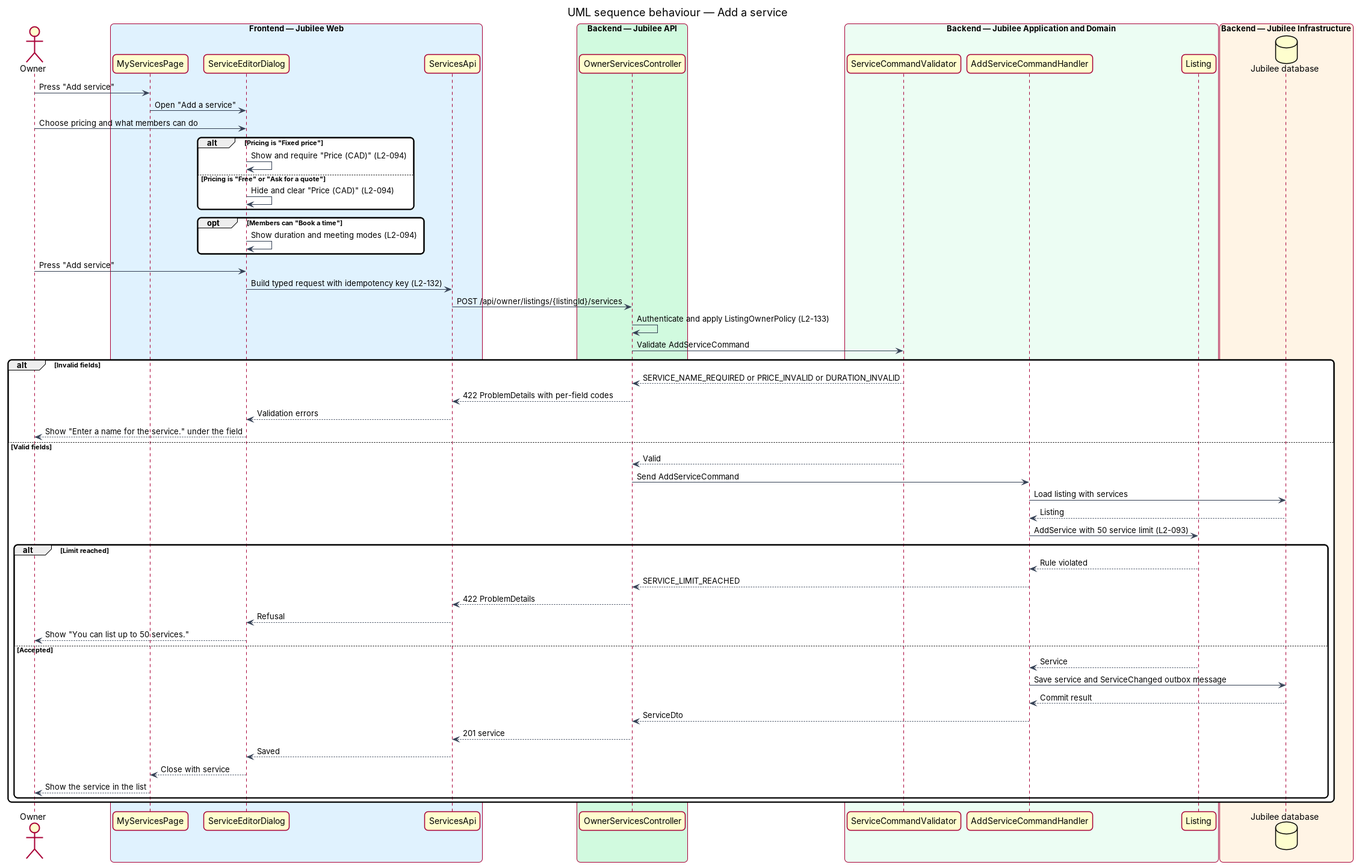
This is docs/detailed-designs/owner-workspace/manage-services/diagrams/sequence-add-service.png from QuinntyneBrown/jubilee, a PlantUML export, as it was before one commit. Its source is kept beside it as docs/detailed-designs/owner-workspace/manage-services/diagrams/sequence-add-service.puml. Source of this version:
```plantuml
@startuml
title UML sequence behaviour — Add a service
skinparam backgroundColor #FFFFFF
skinparam shadowing false
skinparam roundcorner 12
skinparam defaultFontName Arial
skinparam ArrowColor #344054
skinparam rectangle {
  BorderColor #344054
  FontColor #101828
}
skinparam package {
  BorderColor #667085
  FontColor #101828
  BackgroundColor #F9FAFB
}
actor "Owner" as actor
box "Frontend — Jubilee Web" #E0F2FE
  participant "MyServicesPage" as page
  participant "ServiceEditorDialog" as dialog
  participant "ServicesApi" as client
end box
box "Backend — Jubilee API" #D1FADF
  participant "OwnerServicesController" as controller
end box
box "Backend — Jubilee Application and Domain" #ECFDF3
  participant "ServiceCommandValidator" as validator
  participant "AddServiceCommandHandler" as handler
  participant "Listing" as entity
end box
box "Backend — Jubilee Infrastructure" #FFF4E5
  database "Jubilee database" as db
end box
actor -> page : Press "Add service"
page -> dialog : Open "Add a service"
actor -> dialog : Choose pricing and what members can do
alt Pricing is "Fixed price"
  dialog -> dialog : Show and require "Price (CAD)" (L2-094)
else Pricing is "Free" or "Ask for a quote"
  dialog -> dialog : Hide and clear "Price (CAD)" (L2-094)
end
opt Members can "Book a time"
  dialog -> dialog : Show duration and meeting modes (L2-094)
end
actor -> dialog : Press "Add service"
dialog -> client : Build typed request with idempotency key (L2-132)
client -> controller : POST /api/owner/listings/{listingId}/services
controller -> controller : Authenticate and apply ListingOwnerPolicy (L2-133)
controller -> validator : Validate AddServiceCommand
alt Invalid fields
  validator --> controller : SERVICE_NAME_REQUIRED or PRICE_INVALID or DURATION_INVALID
  controller --> client : 422 ProblemDetails with per-field codes
  client --> dialog : Validation errors
  dialog --> actor : Show "Enter a name for the service." under the field
else Valid fields
  validator --> controller : Valid
  controller -> handler : Send AddServiceCommand
  handler -> db : Load listing with services
  db --> handler : Listing
  handler -> entity : AddService with 50 service limit (L2-093)
  alt Limit reached
    entity --> handler : Rule violated
    handler --> controller : SERVICE_LIMIT_REACHED
    controller --> client : 422 ProblemDetails
    client --> dialog : Refusal
    dialog --> actor : Show "You can list up to 50 services."
  else Accepted
    entity --> handler : Service
    handler -> db : Save service and ServiceChanged outbox message
    db --> handler : Commit result
    handler --> controller : ServiceDto
    controller --> client : 201 service
    client --> dialog : Saved
    dialog --> page : Close with service
    page --> actor : Show the service in the list
  end
end
@enduml
```
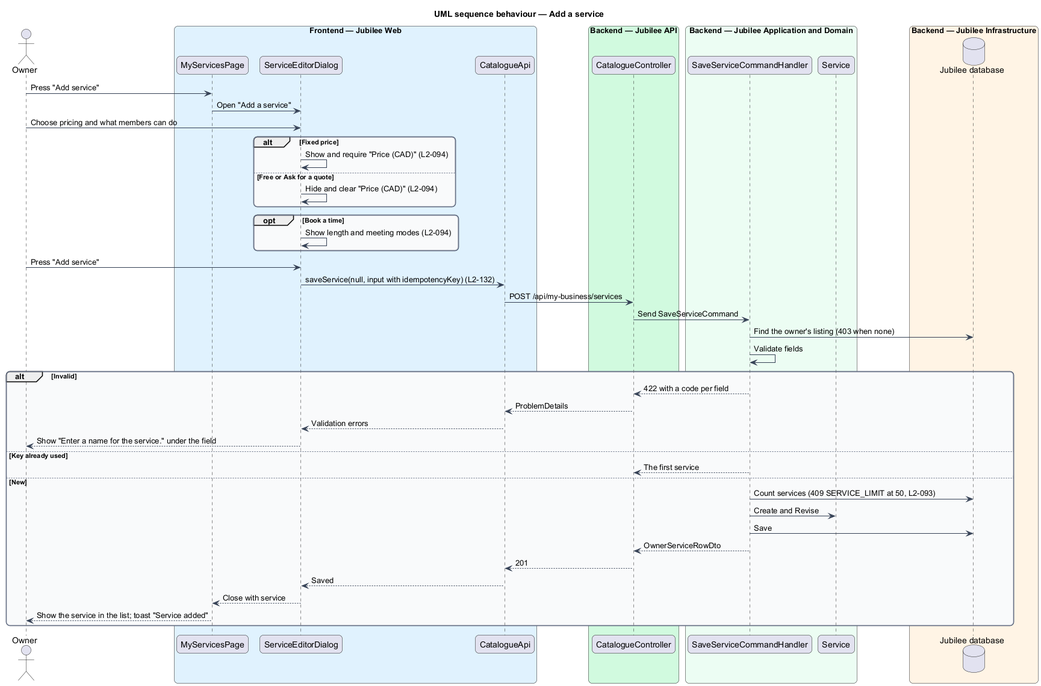
Later version of the same file.

Diff of the diagram source:
```diff
@@ -18,15 +18,14 @@
 box "Frontend — Jubilee Web" #E0F2FE
   participant "MyServicesPage" as page
   participant "ServiceEditorDialog" as dialog
-  participant "ServicesApi" as client
+  participant "CatalogueApi" as client
 end box
 box "Backend — Jubilee API" #D1FADF
-  participant "OwnerServicesController" as controller
+  participant "CatalogueController" as controller
 end box
 box "Backend — Jubilee Application and Domain" #ECFDF3
-  participant "ServiceCommandValidator" as validator
-  participant "AddServiceCommandHandler" as handler
-  participant "Listing" as entity
+  participant "SaveServiceCommandHandler" as handler
+  participant "Service" as entity
 end box
 box "Backend — Jubilee Infrastructure" #FFF4E5
   database "Jubilee database" as db
@@ -34,45 +33,35 @@
 actor -> page : Press "Add service"
 page -> dialog : Open "Add a service"
 actor -> dialog : Choose pricing and what members can do
-alt Pricing is "Fixed price"
+alt Fixed price
   dialog -> dialog : Show and require "Price (CAD)" (L2-094)
-else Pricing is "Free" or "Ask for a quote"
+else Free or Ask for a quote
   dialog -> dialog : Hide and clear "Price (CAD)" (L2-094)
 end
-opt Members can "Book a time"
-  dialog -> dialog : Show duration and meeting modes (L2-094)
+opt Book a time
+  dialog -> dialog : Show length and meeting modes (L2-094)
 end
 actor -> dialog : Press "Add service"
-dialog -> client : Build typed request with idempotency key (L2-132)
-client -> controller : POST /api/owner/listings/{listingId}/services
-controller -> controller : Authenticate and apply ListingOwnerPolicy (L2-133)
-controller -> validator : Validate AddServiceCommand
-alt Invalid fields
-  validator --> controller : SERVICE_NAME_REQUIRED or PRICE_INVALID or DURATION_INVALID
-  controller --> client : 422 ProblemDetails with per-field codes
+dialog -> client : saveService(null, input with idempotencyKey) (L2-132)
+client -> controller : POST /api/my-business/services
+controller -> handler : Send SaveServiceCommand
+handler -> db : Find the owner's listing (403 when none)
+handler -> handler : Validate fields
+alt Invalid
+  handler --> controller : 422 with a code per field
+  controller --> client : ProblemDetails
   client --> dialog : Validation errors
   dialog --> actor : Show "Enter a name for the service." under the field
-else Valid fields
-  validator --> controller : Valid
-  controller -> handler : Send AddServiceCommand
-  handler -> db : Load listing with services
-  db --> handler : Listing
-  handler -> entity : AddService with 50 service limit (L2-093)
-  alt Limit reached
-    entity --> handler : Rule violated
-    handler --> controller : SERVICE_LIMIT_REACHED
-    controller --> client : 422 ProblemDetails
-    client --> dialog : Refusal
-    dialog --> actor : Show "You can list up to 50 services."
-  else Accepted
-    entity --> handler : Service
-    handler -> db : Save service and ServiceChanged outbox message
-    db --> handler : Commit result
-    handler --> controller : ServiceDto
-    controller --> client : 201 service
-    client --> dialog : Saved
-    dialog --> page : Close with service
-    page --> actor : Show the service in the list
-  end
+else Key already used
+  handler --> controller : The first service
+else New
+  handler -> db : Count services (409 SERVICE_LIMIT at 50, L2-093)
+  handler -> entity : Create and Revise
+  handler -> db : Save
+  handler --> controller : OwnerServiceRowDto
+  controller --> client : 201
+  client --> dialog : Saved
+  dialog --> page : Close with service
+  page --> actor : Show the service in the list; toast "Service added"
 end
 @enduml
```
